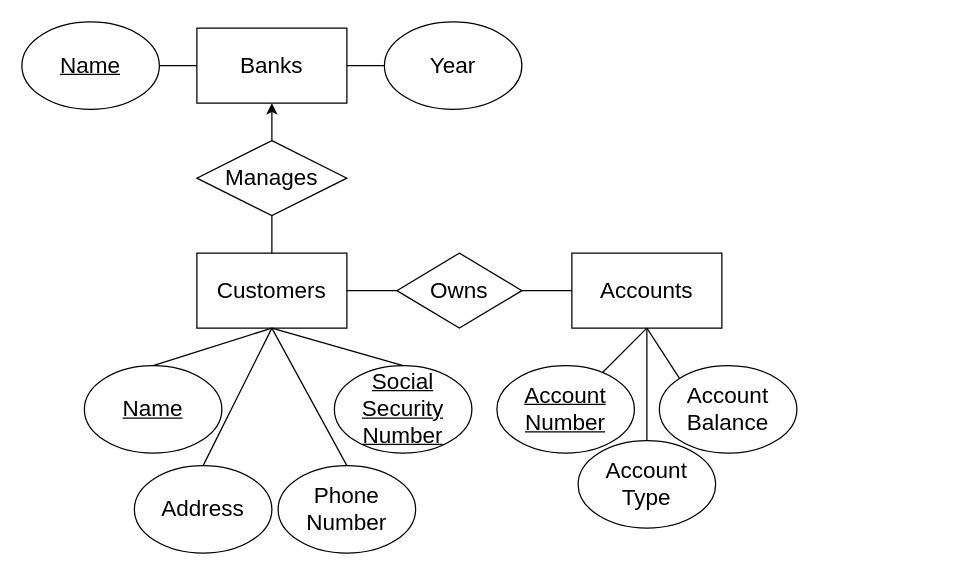
lucylee-412/CISC-3810 keeps this draw.io diagram as bank.drawio. Above is the earlier version. Source tidied: cells renumbered, new cells numbered last; positions are measured from the earlier drawing's top-left corner, leaving out a move shared by most shapes. Both pictures are drawn from the tidied source at 125%, with x=0, y=0 at pixel (21, 21).
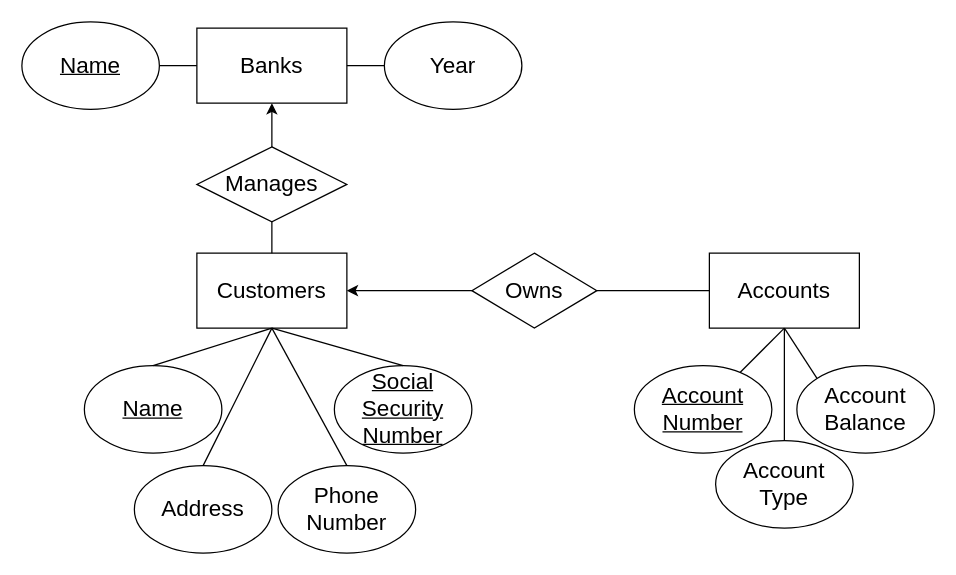
After the change.

Commit message:
Update multiplicity for Customers-Accounts

Unchanged cells that the change refers to:
```xml
<mxCell id="2" value="&lt;span style=&quot;font-size: 18px&quot;&gt;Customers&lt;/span&gt;" style="rounded=0;whiteSpace=wrap;html=1;" parent="1" vertex="1">
  <mxGeometry x="140" y="185" width="120" height="60" as="geometry" />
</mxCell>
```

Change to the diagram source:
```diff
@@
     <mxCell id="3" value="Owns" style="rhombus;whiteSpace=wrap;html=1;fontSize=18;" parent="1" vertex="1">
-      <mxGeometry x="300" y="185" width="100" height="60" as="geometry" />
+      <mxGeometry x="360" y="185" width="100" height="60" as="geometry" />
     </mxCell>
     <mxCell id="4" value="&lt;font style=&quot;font-size: 18px&quot;&gt;Accounts&lt;/font&gt;" style="rounded=0;whiteSpace=wrap;html=1;" parent="1" vertex="1">
-      <mxGeometry x="440" y="185" width="120" height="60" as="geometry" />
+      <mxGeometry x="550" y="185" width="120" height="60" as="geometry" />
     </mxCell>
@@
     <mxCell id="13" value="&lt;u&gt;Account Number&lt;/u&gt;" style="ellipse;whiteSpace=wrap;html=1;fontSize=18;" parent="1" vertex="1">
-      <mxGeometry x="380" y="275" width="110" height="70" as="geometry" />
+      <mxGeometry x="490" y="275" width="110" height="70" as="geometry" />
     </mxCell>
     <mxCell id="14" value="Account Balance" style="ellipse;whiteSpace=wrap;html=1;fontSize=18;" parent="1" vertex="1">
-      <mxGeometry x="510" y="275" width="110" height="70" as="geometry" />
+      <mxGeometry x="620" y="275" width="110" height="70" as="geometry" />
     </mxCell>
@@
     <mxCell id="17" style="endArrow=none;html=1;rounded=0;entryX=0.5;entryY=1;entryDx=0;entryDy=0;" parent="1" edge="1" source="13">
       <mxGeometry relative="1" as="geometry">
-        <mxPoint x="500" y="245" as="targetPoint" />
+        <mxPoint x="610" y="245" as="targetPoint" />
       </mxGeometry>
     </mxCell>
     <mxCell id="18" style="endArrow=none;html=1;rounded=0;exitX=0;exitY=0;exitDx=0;exitDy=0;" parent="1" edge="1" source="14">
       <mxGeometry relative="1" as="geometry">
-        <mxPoint x="500" y="245" as="targetPoint" />
+        <mxPoint x="610" y="245" as="targetPoint" />
       </mxGeometry>
     </mxCell>
     <mxCell id="19" value="Manages" style="rhombus;whiteSpace=wrap;html=1;fontSize=18;" parent="1" vertex="1">
-      <mxGeometry x="140" y="95" width="120" height="60" as="geometry" />
+      <mxGeometry x="140" y="100" width="120" height="60" as="geometry" />
     </mxCell>
@@
     <mxCell id="25" value="Account Type" style="ellipse;whiteSpace=wrap;html=1;fontSize=18;" parent="1" vertex="1">
-      <mxGeometry x="445" y="335" width="110" height="70" as="geometry" />
+      <mxGeometry x="555" y="335" width="110" height="70" as="geometry" />
     </mxCell>
@@
-    <mxCell id="27" style="endArrow=none;html=1;rounded=0;fontSize=18;exitX=1;exitY=0.5;exitDx=0;exitDy=0;entryX=0;entryY=0.5;entryDx=0;entryDy=0;" parent="1" edge="1" source="2" target="3">
-      <mxGeometry relative="1" as="geometry" />
-    </mxCell>
-    <mxCell id="28" style="endArrow=none;html=1;rounded=0;fontSize=18;entryX=0;entryY=0.5;entryDx=0;entryDy=0;" parent="1" edge="1" source="3" target="4">
+    <mxCell id="28" style="endArrow=none;html=1;rounded=0;fontSize=18;entryX=0;entryY=0.5;entryDx=0;entryDy=0;exitX=1;exitY=0.5;exitDx=0;exitDy=0;" parent="1" edge="1" source="3" target="4">
       <mxGeometry relative="1" as="geometry" />
     </mxCell>
+    <mxCell id="29" style="endArrow=classic;html=1;rounded=0;entryX=1;entryY=0.5;entryDx=0;entryDy=0;exitX=0;exitY=0.5;exitDx=0;exitDy=0;" parent="1" edge="1" source="3" target="2">
+      <mxGeometry relative="1" as="geometry" />
+    </mxCell>
```
